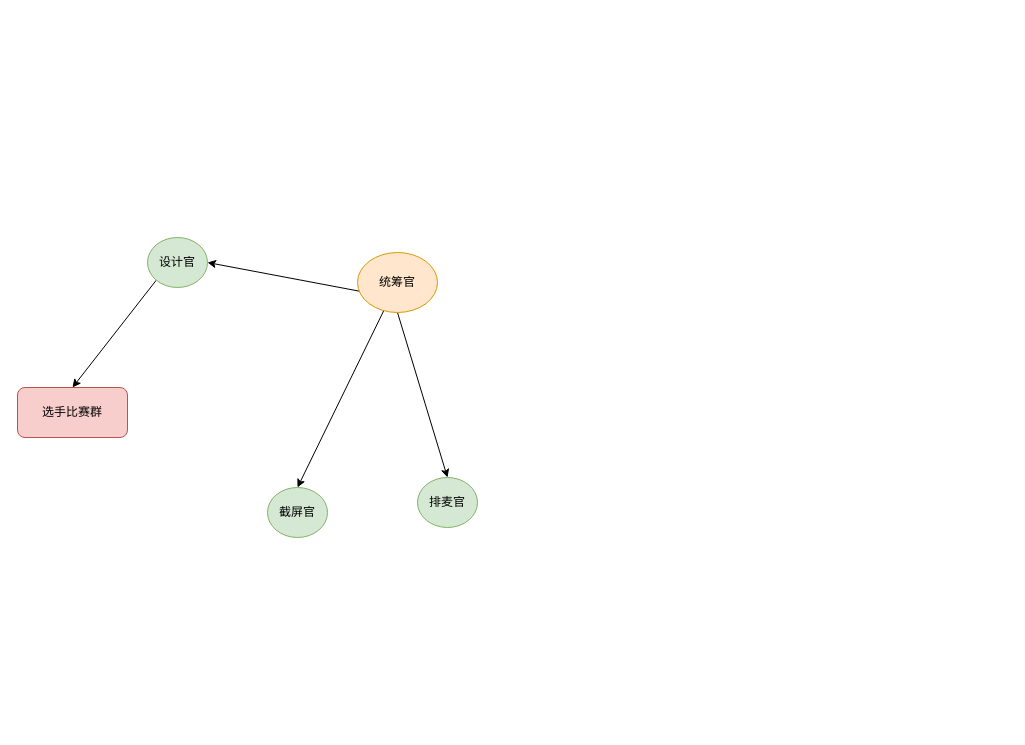
This is 统筹图.drawio from GreAmbWang/draw.io, a draw.io file, before an edit. Source tidied: cells renumbered, new cells numbered last; positions are measured from the earlier drawing's top-left corner, leaving out a move shared by most shapes. Both pictures are drawn from the tidied source at 100%, with x=0, y=0 at pixel (17, 237).
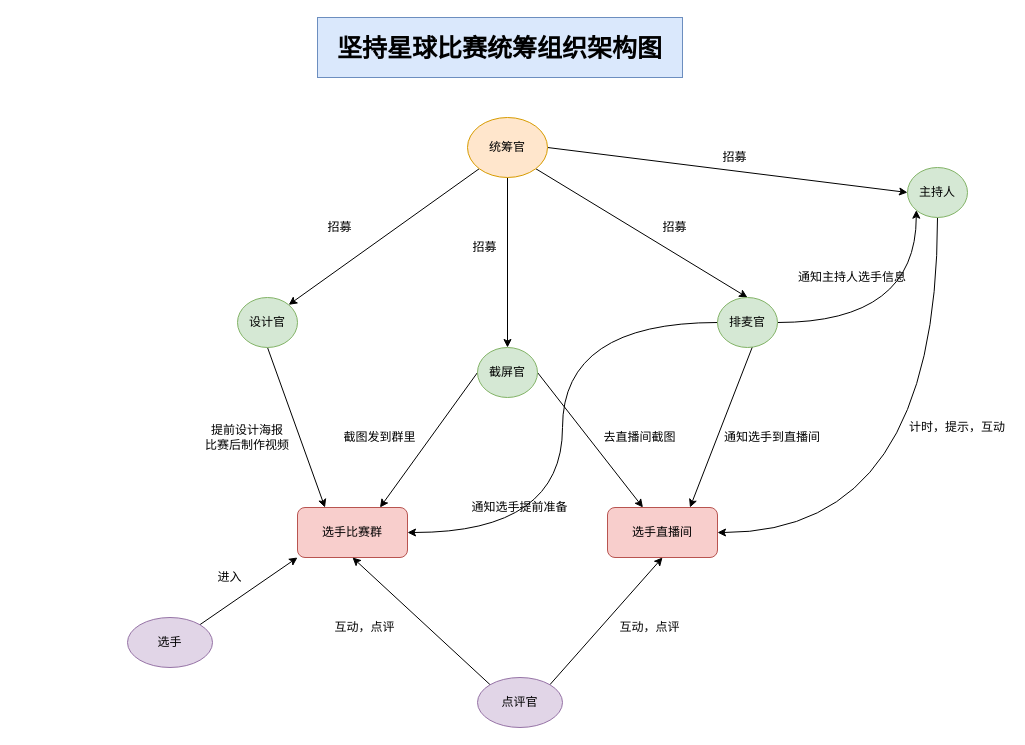
The same diagram, later.

Commit message:
更新统筹图.drawio

Change to the diagram source:
```diff
@@
-    <mxCell id="3" style="edgeStyle=none;rounded=0;jettySize=auto;html=1;entryX=0.5;entryY=0;entryDx=0;entryDy=0;exitX=0.5;exitY=1;exitDx=0;exitDy=0;" parent="1" edge="1" source="5" target="7">
+    <mxCell id="3" style="edgeStyle=none;rounded=0;jettySize=auto;html=1;entryX=0.5;entryY=0;entryDx=0;entryDy=0;exitX=1;exitY=1;exitDx=0;exitDy=0;" parent="1" edge="1" source="5" target="7">
       <mxGeometry relative="1" as="geometry" />
     </mxCell>
-    <mxCell id="4" style="edgeStyle=none;rounded=0;jettySize=auto;html=1;exitX=1;exitY=1;exitDx=0;exitDy=0;entryX=1;entryY=0.5;entryDx=0;entryDy=0;" parent="1" edge="1" source="5" target="9">
+    <mxCell id="4" style="edgeStyle=none;rounded=0;jettySize=auto;html=1;exitX=0;exitY=1;exitDx=0;exitDy=0;entryX=1;entryY=0;entryDx=0;entryDy=0;" parent="1" edge="1" source="5" target="9">
       <mxGeometry relative="1" as="geometry" />
     </mxCell>
+    <mxCell id="11" style="edgeStyle=none;rounded=0;jumpStyle=none;jettySize=auto;html=1;exitX=1;exitY=0.5;exitDx=0;exitDy=0;entryX=0;entryY=0.5;entryDx=0;entryDy=0;" parent="1" edge="1" source="5" target="27">
+      <mxGeometry relative="1" as="geometry" />
+    </mxCell>
     <mxCell id="5" value="统筹官" style="ellipse;whiteSpace=wrap;html=1;fillColor=#ffe6cc;strokeColor=#d79b00;" parent="1" vertex="1">
-      <mxGeometry x="340" y="15" width="80" height="60" as="geometry" />
+      <mxGeometry x="450" y="-120" width="80" height="60" as="geometry" />
     </mxCell>
+    <mxCell id="12" style="edgeStyle=none;rounded=0;jumpStyle=none;jettySize=auto;html=1;exitX=0;exitY=0.5;exitDx=0;exitDy=0;entryX=0.75;entryY=0;entryDx=0;entryDy=0;" parent="1" edge="1" source="6" target="10">
+      <mxGeometry relative="1" as="geometry" />
+    </mxCell>
+    <mxCell id="13" style="edgeStyle=none;rounded=0;jumpStyle=none;jettySize=auto;html=1;exitX=1;exitY=0.5;exitDx=0;exitDy=0;" parent="1" edge="1" source="6" target="23">
+      <mxGeometry relative="1" as="geometry" />
+    </mxCell>
     <mxCell id="6" value="截屏官" style="ellipse;whiteSpace=wrap;html=1;fillColor=#d5e8d4;strokeColor=#82b366;" parent="1" vertex="1">
-      <mxGeometry x="250" y="250" width="60" height="50" as="geometry" />
+      <mxGeometry x="460" y="110" width="60" height="50" as="geometry" />
     </mxCell>
+    <mxCell id="14" style="edgeStyle=none;rounded=0;jumpStyle=none;jettySize=auto;html=1;exitX=1;exitY=0;exitDx=0;exitDy=0;entryX=0.75;entryY=0;entryDx=0;entryDy=0;" parent="1" edge="1" source="7" target="23">
+      <mxGeometry relative="1" as="geometry" />
+    </mxCell>
+    <mxCell id="15" style="rounded=0;jumpStyle=none;jettySize=auto;html=1;exitX=0;exitY=0.5;exitDx=0;exitDy=0;entryX=1;entryY=0.5;entryDx=0;entryDy=0;fontSize=25;edgeStyle=orthogonalEdgeStyle;curved=1;" parent="1" edge="1" source="7" target="10">
+      <mxGeometry relative="1" as="geometry" />
+    </mxCell>
+    <mxCell id="16" style="edgeStyle=orthogonalEdgeStyle;curved=1;rounded=0;jumpStyle=none;jettySize=auto;html=1;exitX=1;exitY=0.5;exitDx=0;exitDy=0;entryX=0;entryY=1;entryDx=0;entryDy=0;fontSize=25;" parent="1" edge="1" source="7" target="27">
+      <mxGeometry relative="1" as="geometry" />
+    </mxCell>
     <mxCell id="7" value="排麦官" style="ellipse;whiteSpace=wrap;html=1;fillColor=#d5e8d4;strokeColor=#82b366;" parent="1" vertex="1">
-      <mxGeometry x="400" y="240" width="60" height="50" as="geometry" />
+      <mxGeometry x="700" y="60" width="60" height="50" as="geometry" />
     </mxCell>
-    <mxCell id="8" style="edgeStyle=none;rounded=0;jettySize=auto;html=1;exitX=0;exitY=1;exitDx=0;exitDy=0;entryX=0.5;entryY=0;entryDx=0;entryDy=0;" parent="1" edge="1" source="9" target="10">
+    <mxCell id="8" style="edgeStyle=none;rounded=0;jettySize=auto;html=1;exitX=0.5;exitY=1;exitDx=0;exitDy=0;entryX=0.25;entryY=0;entryDx=0;entryDy=0;" parent="1" edge="1" source="9" target="10">
       <mxGeometry relative="1" as="geometry" />
     </mxCell>
     <mxCell id="9" value="设计官" style="ellipse;whiteSpace=wrap;html=1;fillColor=#d5e8d4;strokeColor=#82b366;" parent="1" vertex="1">
-      <mxGeometry x="130" width="60" height="50" as="geometry" />
+      <mxGeometry x="220" y="60" width="60" height="50" as="geometry" />
     </mxCell>
     <mxCell id="10" value="选手比赛群" style="rounded=1;whiteSpace=wrap;html=1;fillColor=#f8cecc;strokeColor=#b85450;" parent="1" vertex="1">
-      <mxGeometry y="150" width="110" height="50" as="geometry" />
+      <mxGeometry x="280" y="270" width="110" height="50" as="geometry" />
     </mxCell>
+    <mxCell id="17" value="提前设计海报&lt;br&gt;比赛后制作视频" style="text;html=1;strokeColor=none;fillColor=none;align=center;verticalAlign=middle;whiteSpace=wrap;rounded=0;" parent="1" vertex="1">
+      <mxGeometry x="180" y="190" width="100" height="20" as="geometry" />
+    </mxCell>
+    <mxCell id="18" value="招募" style="text;html=1;strokeColor=none;fillColor=none;align=center;verticalAlign=middle;whiteSpace=wrap;rounded=0;" parent="1" vertex="1">
+      <mxGeometry x="280" y="-20" width="85" height="20" as="geometry" />
+    </mxCell>
+    <mxCell id="19" value="招募" style="text;html=1;strokeColor=none;fillColor=none;align=center;verticalAlign=middle;whiteSpace=wrap;rounded=0;" parent="1" vertex="1">
+      <mxGeometry x="425" width="85" height="20" as="geometry" />
+    </mxCell>
+    <mxCell id="20" value="招募" style="text;html=1;strokeColor=none;fillColor=none;align=center;verticalAlign=middle;whiteSpace=wrap;rounded=0;" parent="1" vertex="1">
+      <mxGeometry x="615" y="-20" width="85" height="20" as="geometry" />
+    </mxCell>
+    <mxCell id="21" style="edgeStyle=none;shape=link;rounded=0;orthogonalLoop=1;jettySize=auto;html=1;exitX=0.5;exitY=0;exitDx=0;exitDy=0;dashed=1;" parent="1" edge="1" source="20" target="20">
+      <mxGeometry relative="1" as="geometry" />
+    </mxCell>
+    <mxCell id="22" value="截图发到群里" style="text;html=1;strokeColor=none;fillColor=none;align=center;verticalAlign=middle;whiteSpace=wrap;rounded=0;" parent="1" vertex="1">
+      <mxGeometry x="320" y="190" width="85" height="20" as="geometry" />
+    </mxCell>
+    <mxCell id="23" value="选手直播间" style="rounded=1;whiteSpace=wrap;html=1;fillColor=#f8cecc;strokeColor=#b85450;" parent="1" vertex="1">
+      <mxGeometry x="590" y="270" width="110" height="50" as="geometry" />
+    </mxCell>
+    <mxCell id="24" value="通知选手到直播间" style="text;html=1;strokeColor=none;fillColor=none;align=center;verticalAlign=middle;whiteSpace=wrap;rounded=0;" parent="1" vertex="1">
+      <mxGeometry x="700" y="190" width="110" height="20" as="geometry" />
+    </mxCell>
+    <mxCell id="25" value="去直播间截图" style="text;html=1;strokeColor=none;fillColor=none;align=center;verticalAlign=middle;whiteSpace=wrap;rounded=0;" parent="1" vertex="1">
+      <mxGeometry x="580" y="190" width="85" height="20" as="geometry" />
+    </mxCell>
+    <mxCell id="26" style="edgeStyle=orthogonalEdgeStyle;curved=1;rounded=0;jumpStyle=none;jettySize=auto;html=1;exitX=0.5;exitY=1;exitDx=0;exitDy=0;entryX=1;entryY=0.5;entryDx=0;entryDy=0;" parent="1" edge="1" source="27" target="23">
+      <mxGeometry relative="1" as="geometry" />
+    </mxCell>
+    <mxCell id="27" value="主持人" style="ellipse;whiteSpace=wrap;html=1;fillColor=#d5e8d4;strokeColor=#82b366;" parent="1" vertex="1">
+      <mxGeometry x="890" y="-70" width="60" height="50" as="geometry" />
+    </mxCell>
+    <mxCell id="28" value="招募" style="text;html=1;strokeColor=none;fillColor=none;align=center;verticalAlign=middle;whiteSpace=wrap;rounded=0;" parent="1" vertex="1">
+      <mxGeometry x="675" y="-90" width="85" height="20" as="geometry" />
+    </mxCell>
+    <mxCell id="29" value="计时，提示，互动" style="text;html=1;strokeColor=none;fillColor=none;align=center;verticalAlign=middle;whiteSpace=wrap;rounded=0;" parent="1" vertex="1">
+      <mxGeometry x="890" y="180" width="100" height="20" as="geometry" />
+    </mxCell>
+    <mxCell id="30" value="坚持星球比赛统筹组织架构图" style="text;html=1;strokeColor=#6c8ebf;fillColor=#dae8fc;align=center;verticalAlign=middle;whiteSpace=wrap;rounded=0;fontStyle=1;fontSize=25;" parent="1" vertex="1">
+      <mxGeometry x="300" y="-220" width="365" height="60" as="geometry" />
+    </mxCell>
+    <mxCell id="31" value="通知选手提前准备" style="text;html=1;strokeColor=none;fillColor=none;align=center;verticalAlign=middle;whiteSpace=wrap;rounded=0;" parent="1" vertex="1">
+      <mxGeometry x="450" y="260" width="105" height="20" as="geometry" />
+    </mxCell>
+    <mxCell id="32" value="通知主持人选手信息" style="text;html=1;strokeColor=none;fillColor=none;align=center;verticalAlign=middle;whiteSpace=wrap;rounded=0;" parent="1" vertex="1">
+      <mxGeometry x="780" y="30" width="110" height="20" as="geometry" />
+    </mxCell>
+    <mxCell id="33" style="rounded=0;jumpStyle=none;jettySize=auto;html=1;exitX=0;exitY=0;exitDx=0;exitDy=0;entryX=0.5;entryY=1;entryDx=0;entryDy=0;fontSize=25;" parent="1" edge="1" source="35" target="10">
+      <mxGeometry relative="1" as="geometry" />
+    </mxCell>
+    <mxCell id="34" style="edgeStyle=none;rounded=0;jumpStyle=none;jettySize=auto;html=1;exitX=1;exitY=0;exitDx=0;exitDy=0;entryX=0.5;entryY=1;entryDx=0;entryDy=0;fontSize=25;" parent="1" edge="1" source="35" target="23">
+      <mxGeometry relative="1" as="geometry" />
+    </mxCell>
+    <mxCell id="35" value="点评官" style="ellipse;whiteSpace=wrap;html=1;fillColor=#e1d5e7;strokeColor=#9673a6;" parent="1" vertex="1">
+      <mxGeometry x="460" y="440" width="85" height="50" as="geometry" />
+    </mxCell>
+    <mxCell id="36" value="互动，点评" style="text;html=1;strokeColor=none;fillColor=none;align=center;verticalAlign=middle;whiteSpace=wrap;rounded=0;" parent="1" vertex="1">
+      <mxGeometry x="590" y="380" width="85" height="20" as="geometry" />
+    </mxCell>
+    <mxCell id="37" value="互动，点评" style="text;html=1;strokeColor=none;fillColor=none;align=center;verticalAlign=middle;whiteSpace=wrap;rounded=0;" parent="1" vertex="1">
+      <mxGeometry x="305" y="380" width="85" height="20" as="geometry" />
+    </mxCell>
+    <mxCell id="38" style="edgeStyle=none;rounded=0;jumpStyle=none;jettySize=auto;html=1;exitX=1;exitY=0;exitDx=0;exitDy=0;entryX=0;entryY=1;entryDx=0;entryDy=0;fontSize=25;" parent="1" edge="1" source="39" target="10">
+      <mxGeometry relative="1" as="geometry" />
+    </mxCell>
+    <mxCell id="39" value="选手" style="ellipse;whiteSpace=wrap;html=1;fillColor=#e1d5e7;strokeColor=#9673a6;" parent="1" vertex="1">
+      <mxGeometry x="110" y="380" width="85" height="50" as="geometry" />
+    </mxCell>
+    <mxCell id="40" value="进入" style="text;html=1;strokeColor=none;fillColor=none;align=center;verticalAlign=middle;whiteSpace=wrap;rounded=0;" parent="1" vertex="1">
+      <mxGeometry x="170" y="330" width="85" height="20" as="geometry" />
+    </mxCell>
```
